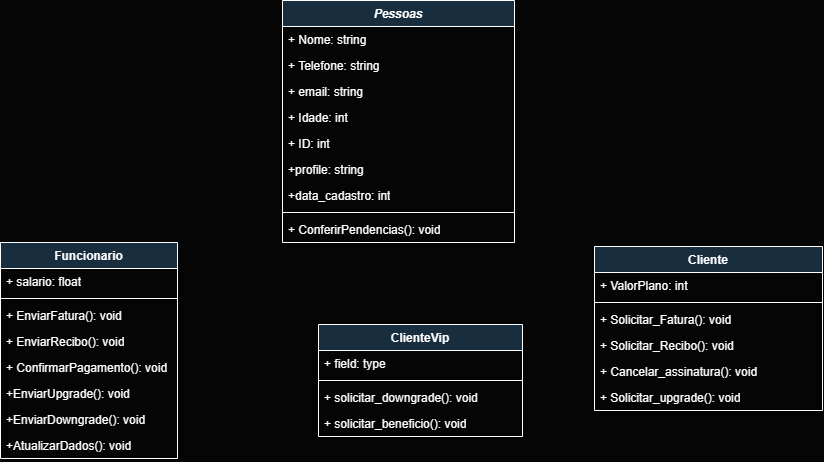
Before: UML/ProjetoFinalUML.png, a diagram exported from draw.io (Joaobcamargos/POO-ProjetoFinal). Source tidied: cells renumbered, new cells last; positions are measured from the earlier drawing's top-left corner, leaving out a move shared by most shapes.
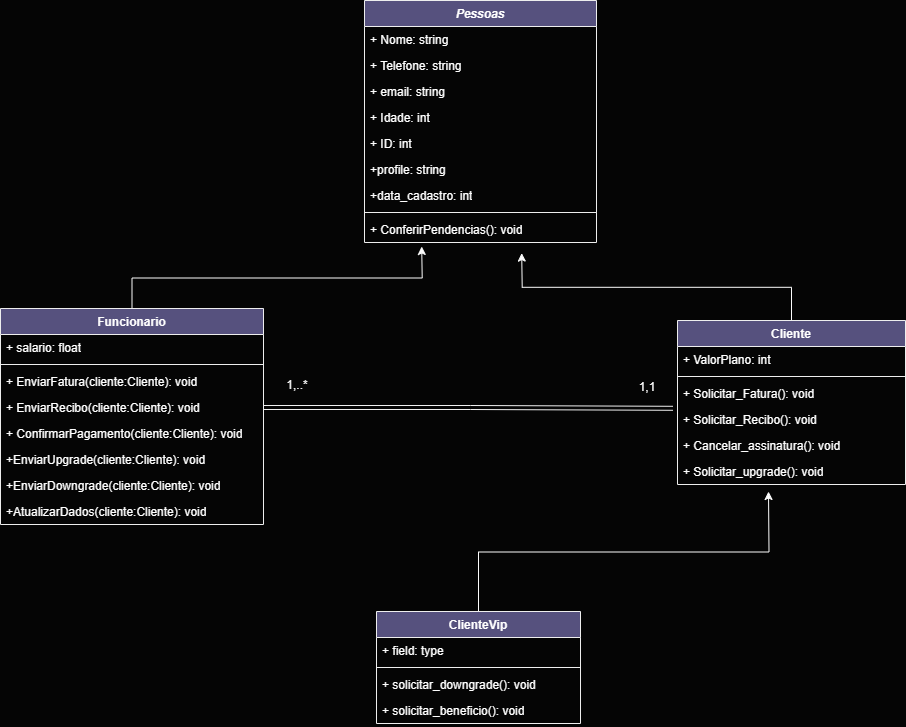
The same file after the commit.

The edit, as a diff of the source:
```diff
@@ -2,98 +2,126 @@
   <root>
     <mxCell id="0" />
     <mxCell id="1" parent="0" />
-    <mxCell id="2" value="&lt;i&gt;Pessoas&lt;/i&gt;" style="swimlane;fontStyle=1;align=center;verticalAlign=top;horizontal=1;startSize=26;whiteSpace=wrap;html=1;strokeColor=#FFFFFF;fontColor=#FFFFFF;fillColor=#182E3E;" parent="1" vertex="1">
+    <mxCell id="2" value="&lt;i&gt;Pessoas&lt;/i&gt;" style="swimlane;fontStyle=1;align=center;verticalAlign=top;horizontal=1;startSize=26;whiteSpace=wrap;html=1;strokeColor=#EEEEEE;fontColor=#FFFFFF;fillColor=#56517E;labelBackgroundColor=none;" parent="1" vertex="1">
       <mxGeometry x="282" width="232" height="242" as="geometry" />
     </mxCell>
-    <mxCell id="3" value="+ Nome: string" style="text;strokeColor=none;fillColor=none;align=left;verticalAlign=top;spacingLeft=4;spacingRight=4;overflow=hidden;whiteSpace=wrap;html=1;fontColor=#FFFFFF;" parent="2" vertex="1">
+    <mxCell id="3" value="+ Nome: string" style="text;strokeColor=none;fillColor=none;align=left;verticalAlign=top;spacingLeft=4;spacingRight=4;overflow=hidden;whiteSpace=wrap;html=1;fontColor=#FFFFFF;labelBackgroundColor=none;" parent="2" vertex="1">
       <mxGeometry y="26" width="232" height="26" as="geometry" />
     </mxCell>
-    <mxCell id="4" value="+ Telefone: string" style="text;strokeColor=none;fillColor=none;align=left;verticalAlign=top;spacingLeft=4;spacingRight=4;overflow=hidden;whiteSpace=wrap;html=1;fontColor=#FFFFFF;" parent="2" vertex="1">
+    <mxCell id="4" value="+ Telefone: string" style="text;strokeColor=none;fillColor=none;align=left;verticalAlign=top;spacingLeft=4;spacingRight=4;overflow=hidden;whiteSpace=wrap;html=1;fontColor=#FFFFFF;labelBackgroundColor=none;" parent="2" vertex="1">
       <mxGeometry y="52" width="232" height="26" as="geometry" />
     </mxCell>
-    <mxCell id="5" value="+ email: string" style="text;strokeColor=none;fillColor=none;align=left;verticalAlign=top;spacingLeft=4;spacingRight=4;overflow=hidden;whiteSpace=wrap;html=1;fontColor=#FFFFFF;" parent="2" vertex="1">
+    <mxCell id="5" value="+ email: string" style="text;strokeColor=none;fillColor=none;align=left;verticalAlign=top;spacingLeft=4;spacingRight=4;overflow=hidden;whiteSpace=wrap;html=1;fontColor=#FFFFFF;labelBackgroundColor=none;" parent="2" vertex="1">
       <mxGeometry y="78" width="232" height="26" as="geometry" />
     </mxCell>
-    <mxCell id="6" value="+ Idade: int" style="text;strokeColor=none;fillColor=none;align=left;verticalAlign=top;spacingLeft=4;spacingRight=4;overflow=hidden;whiteSpace=wrap;html=1;fontColor=#FFFFFF;" parent="2" vertex="1">
+    <mxCell id="6" value="+ Idade: int" style="text;strokeColor=none;fillColor=none;align=left;verticalAlign=top;spacingLeft=4;spacingRight=4;overflow=hidden;whiteSpace=wrap;html=1;fontColor=#FFFFFF;labelBackgroundColor=none;" parent="2" vertex="1">
       <mxGeometry y="104" width="232" height="26" as="geometry" />
     </mxCell>
-    <mxCell id="7" value="+ ID: int" style="text;strokeColor=none;fillColor=none;align=left;verticalAlign=top;spacingLeft=4;spacingRight=4;overflow=hidden;whiteSpace=wrap;html=1;fontColor=#FFFFFF;" parent="2" vertex="1">
+    <mxCell id="7" value="+ ID: int" style="text;strokeColor=none;fillColor=none;align=left;verticalAlign=top;spacingLeft=4;spacingRight=4;overflow=hidden;whiteSpace=wrap;html=1;fontColor=#FFFFFF;labelBackgroundColor=none;" parent="2" vertex="1">
       <mxGeometry y="130" width="232" height="26" as="geometry" />
     </mxCell>
-    <mxCell id="8" value="+profile: string" style="text;strokeColor=none;fillColor=none;align=left;verticalAlign=top;spacingLeft=4;spacingRight=4;overflow=hidden;whiteSpace=wrap;html=1;fontColor=#FFFFFF;" parent="2" vertex="1">
+    <mxCell id="8" value="+profile: string" style="text;strokeColor=none;fillColor=none;align=left;verticalAlign=top;spacingLeft=4;spacingRight=4;overflow=hidden;whiteSpace=wrap;html=1;fontColor=#FFFFFF;labelBackgroundColor=none;" parent="2" vertex="1">
       <mxGeometry y="156" width="232" height="26" as="geometry" />
     </mxCell>
-    <mxCell id="9" value="+data_cadastro: int" style="text;strokeColor=none;fillColor=none;align=left;verticalAlign=top;spacingLeft=4;spacingRight=4;overflow=hidden;whiteSpace=wrap;html=1;fontColor=#FFFFFF;" parent="2" vertex="1">
+    <mxCell id="9" value="+data_cadastro: int" style="text;strokeColor=none;fillColor=none;align=left;verticalAlign=top;spacingLeft=4;spacingRight=4;overflow=hidden;whiteSpace=wrap;html=1;fontColor=#FFFFFF;labelBackgroundColor=none;" parent="2" vertex="1">
       <mxGeometry y="182" width="232" height="26" as="geometry" />
     </mxCell>
-    <mxCell id="10" style="line;strokeWidth=1;fillColor=none;align=left;verticalAlign=middle;spacingTop=-1;spacingLeft=3;spacingRight=3;labelPosition=right;strokeColor=inherit;fontColor=#FFFFFF;" parent="2" vertex="1">
+    <mxCell id="10" style="line;strokeWidth=1;fillColor=none;align=left;verticalAlign=middle;spacingTop=-1;spacingLeft=3;spacingRight=3;labelPosition=right;strokeColor=#EEEEEE;fontColor=#FFFFFF;labelBackgroundColor=none;" parent="2" vertex="1">
       <mxGeometry y="208" width="232" height="8" as="geometry" />
     </mxCell>
-    <mxCell id="11" value="+ ConferirPendencias(): void" style="text;strokeColor=none;fillColor=none;align=left;verticalAlign=top;spacingLeft=4;spacingRight=4;overflow=hidden;whiteSpace=wrap;html=1;fontColor=#FFFFFF;" parent="2" vertex="1">
+    <mxCell id="11" value="+ ConferirPendencias(): void" style="text;strokeColor=none;fillColor=none;align=left;verticalAlign=top;spacingLeft=4;spacingRight=4;overflow=hidden;whiteSpace=wrap;html=1;fontColor=#FFFFFF;labelBackgroundColor=none;" parent="2" vertex="1">
       <mxGeometry y="216" width="232" height="26" as="geometry" />
     </mxCell>
+    <mxCell id="33" style="edgeStyle=orthogonalEdgeStyle;rounded=0;jettySize=auto;html=1;exitX=0.5;exitY=0;exitDx=0;exitDy=0;strokeColor=#FCFCFC;" parent="1" edge="1" source="12">
+      <mxGeometry relative="1" as="geometry">
+        <mxPoint x="439.2" y="252.6" as="targetPoint" />
+      </mxGeometry>
+    </mxCell>
-    <mxCell id="12" value="Cliente" style="swimlane;fontStyle=1;align=center;verticalAlign=top;horizontal=1;startSize=26;whiteSpace=wrap;html=1;strokeColor=#FFFFFF;fontColor=#FFFFFF;fillColor=#182E3E;" parent="1" vertex="1">
-      <mxGeometry x="594" y="246" width="228" height="164" as="geometry" />
+    <mxCell id="12" value="Cliente" style="swimlane;fontStyle=1;align=center;verticalAlign=top;horizontal=1;startSize=26;whiteSpace=wrap;html=1;strokeColor=#EEEEEE;fontColor=#FFFFFF;fillColor=#56517E;labelBackgroundColor=none;" parent="1" vertex="1">
+      <mxGeometry x="595" y="320" width="228" height="164" as="geometry" />
     </mxCell>
-    <mxCell id="13" value="+ ValorPlano: int" style="text;strokeColor=none;fillColor=none;align=left;verticalAlign=top;spacingLeft=4;spacingRight=4;overflow=hidden;whiteSpace=wrap;html=1;fontColor=#FFFFFF;" parent="12" vertex="1">
+    <mxCell id="13" value="+ ValorPlano: int" style="text;strokeColor=none;fillColor=none;align=left;verticalAlign=top;spacingLeft=4;spacingRight=4;overflow=hidden;whiteSpace=wrap;html=1;fontColor=#FFFFFF;labelBackgroundColor=none;" parent="12" vertex="1">
       <mxGeometry y="26" width="228" height="26" as="geometry" />
     </mxCell>
-    <mxCell id="14" style="line;strokeWidth=1;fillColor=none;align=left;verticalAlign=middle;spacingTop=-1;spacingLeft=3;spacingRight=3;labelPosition=right;strokeColor=inherit;fontColor=#FFFFFF;" parent="12" vertex="1">
+    <mxCell id="14" style="line;strokeWidth=1;fillColor=none;align=left;verticalAlign=middle;spacingTop=-1;spacingLeft=3;spacingRight=3;labelPosition=right;strokeColor=#EEEEEE;fontColor=#FFFFFF;labelBackgroundColor=none;" parent="12" vertex="1">
       <mxGeometry y="52" width="228" height="8" as="geometry" />
     </mxCell>
-    <mxCell id="15" value="+ Solicitar_Fatura(): void" style="text;strokeColor=none;fillColor=none;align=left;verticalAlign=top;spacingLeft=4;spacingRight=4;overflow=hidden;whiteSpace=wrap;html=1;fontColor=#FFFFFF;" parent="12" vertex="1">
+    <mxCell id="15" value="+ Solicitar_Fatura(): void" style="text;strokeColor=none;fillColor=none;align=left;verticalAlign=top;spacingLeft=4;spacingRight=4;overflow=hidden;whiteSpace=wrap;html=1;fontColor=#FFFFFF;labelBackgroundColor=none;" parent="12" vertex="1">
       <mxGeometry y="60" width="228" height="26" as="geometry" />
     </mxCell>
-    <mxCell id="16" value="+ Solicitar_Recibo(): void" style="text;strokeColor=none;fillColor=none;align=left;verticalAlign=top;spacingLeft=4;spacingRight=4;overflow=hidden;points=[[0,0.5],[1,0.5]];portConstraint=eastwest;whiteSpace=wrap;html=1;fontColor=#FFFFFF;" parent="12" vertex="1">
+    <mxCell id="16" value="+ Solicitar_Recibo(): void" style="text;strokeColor=none;fillColor=none;align=left;verticalAlign=top;spacingLeft=4;spacingRight=4;overflow=hidden;points=[[0,0.5],[1,0.5]];portConstraint=eastwest;whiteSpace=wrap;html=1;fontColor=#FFFFFF;labelBackgroundColor=none;" parent="12" vertex="1">
       <mxGeometry y="86" width="228" height="26" as="geometry" />
     </mxCell>
-    <mxCell id="17" value="+ Cancelar_assinatura(): void" style="text;strokeColor=none;fillColor=none;align=left;verticalAlign=top;spacingLeft=4;spacingRight=4;overflow=hidden;whiteSpace=wrap;html=1;fontColor=#FFFFFF;" parent="12" vertex="1">
+    <mxCell id="17" value="+ Cancelar_assinatura(): void" style="text;strokeColor=none;fillColor=none;align=left;verticalAlign=top;spacingLeft=4;spacingRight=4;overflow=hidden;whiteSpace=wrap;html=1;fontColor=#FFFFFF;labelBackgroundColor=none;" parent="12" vertex="1">
       <mxGeometry y="112" width="228" height="26" as="geometry" />
     </mxCell>
-    <mxCell id="18" value="+ Solicitar_upgrade(): void" style="text;strokeColor=none;fillColor=none;align=left;verticalAlign=top;spacingLeft=4;spacingRight=4;overflow=hidden;whiteSpace=wrap;html=1;fontColor=#FFFFFF;" parent="12" vertex="1">
+    <mxCell id="18" value="+ Solicitar_upgrade(): void" style="text;strokeColor=none;fillColor=none;align=left;verticalAlign=top;spacingLeft=4;spacingRight=4;overflow=hidden;whiteSpace=wrap;html=1;fontColor=#FFFFFF;labelBackgroundColor=none;" parent="12" vertex="1">
       <mxGeometry y="138" width="228" height="26" as="geometry" />
     </mxCell>
+    <mxCell id="34" style="edgeStyle=orthogonalEdgeStyle;rounded=0;jettySize=auto;html=1;exitX=0.5;exitY=0;exitDx=0;exitDy=0;strokeColor=#FCFCFC;" parent="1" edge="1" source="19">
+      <mxGeometry relative="1" as="geometry">
+        <mxPoint x="339.2" y="246" as="targetPoint" />
+      </mxGeometry>
+    </mxCell>
-    <mxCell id="19" value="Funcionario&lt;div&gt;&lt;br&gt;&lt;/div&gt;" style="swimlane;fontStyle=1;align=center;verticalAlign=top;horizontal=1;startSize=26;whiteSpace=wrap;html=1;strokeColor=#FFFFFF;fontColor=#FFFFFF;fillColor=#182E3E;" parent="1" vertex="1">
-      <mxGeometry y="242" width="177" height="216" as="geometry" />
+    <mxCell id="19" value="Funcionario&lt;div&gt;&lt;br&gt;&lt;/div&gt;" style="swimlane;fontStyle=1;align=center;verticalAlign=top;horizontal=1;startSize=26;whiteSpace=wrap;html=1;strokeColor=#EEEEEE;fontColor=#FFFFFF;fillColor=#56517E;labelBackgroundColor=none;" parent="1" vertex="1">
+      <mxGeometry x="-82" y="308" width="263" height="216" as="geometry" />
     </mxCell>
-    <mxCell id="20" value="+ salario: float" style="text;strokeColor=none;fillColor=none;align=left;verticalAlign=top;spacingLeft=4;spacingRight=4;overflow=hidden;whiteSpace=wrap;html=1;fontColor=#FFFFFF;" parent="19" vertex="1">
-      <mxGeometry y="26" width="177" height="26" as="geometry" />
+    <mxCell id="20" value="+ salario: float" style="text;strokeColor=none;fillColor=none;align=left;verticalAlign=top;spacingLeft=4;spacingRight=4;overflow=hidden;whiteSpace=wrap;html=1;fontColor=#FFFFFF;labelBackgroundColor=none;" parent="19" vertex="1">
+      <mxGeometry y="26" width="263" height="26" as="geometry" />
     </mxCell>
-    <mxCell id="21" style="line;strokeWidth=1;fillColor=none;align=left;verticalAlign=middle;spacingTop=-1;spacingLeft=3;spacingRight=3;labelPosition=right;strokeColor=inherit;fontColor=#FFFFFF;" parent="19" vertex="1">
-      <mxGeometry y="52" width="177" height="8" as="geometry" />
+    <mxCell id="21" style="line;strokeWidth=1;fillColor=none;align=left;verticalAlign=middle;spacingTop=-1;spacingLeft=3;spacingRight=3;labelPosition=right;strokeColor=#EEEEEE;fontColor=#FFFFFF;labelBackgroundColor=none;" parent="19" vertex="1">
+      <mxGeometry y="52" width="263" height="8" as="geometry" />
     </mxCell>
-    <mxCell id="22" value="+ EnviarFatura(): void" style="text;strokeColor=none;fillColor=none;align=left;verticalAlign=top;spacingLeft=4;spacingRight=4;overflow=hidden;whiteSpace=wrap;html=1;fontColor=#FFFFFF;" parent="19" vertex="1">
-      <mxGeometry y="60" width="177" height="26" as="geometry" />
+    <mxCell id="22" value="+ EnviarFatura(cliente:Cliente): void" style="text;strokeColor=none;fillColor=none;align=left;verticalAlign=top;spacingLeft=4;spacingRight=4;overflow=hidden;whiteSpace=wrap;html=1;fontColor=#FFFFFF;labelBackgroundColor=none;" parent="19" vertex="1">
+      <mxGeometry y="60" width="263" height="26" as="geometry" />
     </mxCell>
-    <mxCell id="23" value="+ EnviarRecibo(): void" style="text;strokeColor=none;fillColor=none;align=left;verticalAlign=top;spacingLeft=4;spacingRight=4;overflow=hidden;points=[[0,0.5],[1,0.5]];portConstraint=eastwest;whiteSpace=wrap;html=1;fontColor=#FFFFFF;" parent="19" vertex="1">
-      <mxGeometry y="86" width="177" height="26" as="geometry" />
+    <mxCell id="23" value="+ EnviarRecibo(cliente:Cliente): void" style="text;strokeColor=none;fillColor=none;align=left;verticalAlign=top;spacingLeft=4;spacingRight=4;overflow=hidden;points=[[0,0.5],[1,0.5]];portConstraint=eastwest;whiteSpace=wrap;html=1;fontColor=#FFFFFF;labelBackgroundColor=none;" parent="19" vertex="1">
+      <mxGeometry y="86" width="263" height="26" as="geometry" />
     </mxCell>
-    <mxCell id="24" value="+ ConfirmarPagamento(): void" style="text;strokeColor=none;fillColor=none;align=left;verticalAlign=top;spacingLeft=4;spacingRight=4;overflow=hidden;whiteSpace=wrap;html=1;fontColor=#FFFFFF;" parent="19" vertex="1">
-      <mxGeometry y="112" width="177" height="26" as="geometry" />
+    <mxCell id="24" value="+ ConfirmarPagamento(cliente:Cliente): void" style="text;strokeColor=none;fillColor=none;align=left;verticalAlign=top;spacingLeft=4;spacingRight=4;overflow=hidden;whiteSpace=wrap;html=1;fontColor=#FFFFFF;labelBackgroundColor=none;" parent="19" vertex="1">
+      <mxGeometry y="112" width="263" height="26" as="geometry" />
     </mxCell>
-    <mxCell id="25" value="+EnviarUpgrade(): void" style="text;strokeColor=none;fillColor=none;align=left;verticalAlign=top;spacingLeft=4;spacingRight=4;overflow=hidden;whiteSpace=wrap;html=1;fontColor=#FFFFFF;" parent="19" vertex="1">
-      <mxGeometry y="138" width="177" height="26" as="geometry" />
+    <mxCell id="25" value="+EnviarUpgrade(cliente:Cliente): void" style="text;strokeColor=none;fillColor=none;align=left;verticalAlign=top;spacingLeft=4;spacingRight=4;overflow=hidden;whiteSpace=wrap;html=1;fontColor=#FFFFFF;labelBackgroundColor=none;" parent="19" vertex="1">
+      <mxGeometry y="138" width="263" height="26" as="geometry" />
     </mxCell>
-    <mxCell id="26" value="+EnviarDowngrade(): void" style="text;strokeColor=none;fillColor=none;align=left;verticalAlign=top;spacingLeft=4;spacingRight=4;overflow=hidden;whiteSpace=wrap;html=1;fontColor=#FFFFFF;" parent="19" vertex="1">
-      <mxGeometry y="164" width="177" height="26" as="geometry" />
+    <mxCell id="26" value="+EnviarDowngrade(cliente:Cliente): void" style="text;strokeColor=none;fillColor=none;align=left;verticalAlign=top;spacingLeft=4;spacingRight=4;overflow=hidden;whiteSpace=wrap;html=1;fontColor=#FFFFFF;labelBackgroundColor=none;" parent="19" vertex="1">
+      <mxGeometry y="164" width="263" height="26" as="geometry" />
     </mxCell>
-    <mxCell id="27" value="+AtualizarDados(): void" style="text;strokeColor=none;fillColor=none;align=left;verticalAlign=top;spacingLeft=4;spacingRight=4;overflow=hidden;whiteSpace=wrap;html=1;fontColor=#FFFFFF;" parent="19" vertex="1">
-      <mxGeometry y="190" width="177" height="26" as="geometry" />
+    <mxCell id="27" value="+AtualizarDados(cliente:Cliente): void" style="text;strokeColor=none;fillColor=none;align=left;verticalAlign=top;spacingLeft=4;spacingRight=4;overflow=hidden;whiteSpace=wrap;html=1;fontColor=#FFFFFF;labelBackgroundColor=none;" parent="19" vertex="1">
+      <mxGeometry y="190" width="263" height="26" as="geometry" />
     </mxCell>
+    <mxCell id="35" style="edgeStyle=orthogonalEdgeStyle;rounded=0;jettySize=auto;html=1;exitX=0.5;exitY=0;exitDx=0;exitDy=0;strokeColor=#FCFCFC;" parent="1" edge="1" source="28">
+      <mxGeometry relative="1" as="geometry">
+        <mxPoint x="686" y="491" as="targetPoint" />
+      </mxGeometry>
+    </mxCell>
-    <mxCell id="28" value="ClienteVip" style="swimlane;fontStyle=1;align=center;verticalAlign=top;horizontal=1;startSize=26;whiteSpace=wrap;html=1;strokeColor=#FFFFFF;fontColor=#FFFFFF;fillColor=#182E3E;" parent="1" vertex="1">
-      <mxGeometry x="318" y="324" width="204" height="112" as="geometry" />
+    <mxCell id="28" value="ClienteVip" style="swimlane;fontStyle=1;align=center;verticalAlign=top;horizontal=1;startSize=26;whiteSpace=wrap;html=1;strokeColor=#EEEEEE;fontColor=#FFFFFF;fillColor=#56517E;labelBackgroundColor=none;" parent="1" vertex="1">
+      <mxGeometry x="294" y="611" width="204" height="112" as="geometry" />
     </mxCell>
-    <mxCell id="29" value="+ field: type" style="text;strokeColor=none;fillColor=none;align=left;verticalAlign=top;spacingLeft=4;spacingRight=4;overflow=hidden;whiteSpace=wrap;html=1;fontColor=#FFFFFF;" parent="28" vertex="1">
+    <mxCell id="29" value="+ field: type" style="text;strokeColor=none;fillColor=none;align=left;verticalAlign=top;spacingLeft=4;spacingRight=4;overflow=hidden;whiteSpace=wrap;html=1;fontColor=#FFFFFF;labelBackgroundColor=none;" parent="28" vertex="1">
       <mxGeometry y="26" width="204" height="26" as="geometry" />
     </mxCell>
-    <mxCell id="30" style="line;strokeWidth=1;fillColor=none;align=left;verticalAlign=middle;spacingTop=-1;spacingLeft=3;spacingRight=3;labelPosition=right;strokeColor=inherit;fontColor=#FFFFFF;" parent="28" vertex="1">
+    <mxCell id="30" style="line;strokeWidth=1;fillColor=none;align=left;verticalAlign=middle;spacingTop=-1;spacingLeft=3;spacingRight=3;labelPosition=right;strokeColor=#EEEEEE;fontColor=#FFFFFF;labelBackgroundColor=none;" parent="28" vertex="1">
       <mxGeometry y="52" width="204" height="8" as="geometry" />
     </mxCell>
-    <mxCell id="31" value="+ solicitar_downgrade(): void" style="text;strokeColor=none;fillColor=none;align=left;verticalAlign=top;spacingLeft=4;spacingRight=4;overflow=hidden;whiteSpace=wrap;html=1;fontColor=#FFFFFF;" parent="28" vertex="1">
+    <mxCell id="31" value="+ solicitar_downgrade(): void" style="text;strokeColor=none;fillColor=none;align=left;verticalAlign=top;spacingLeft=4;spacingRight=4;overflow=hidden;whiteSpace=wrap;html=1;fontColor=#FFFFFF;labelBackgroundColor=none;" parent="28" vertex="1">
       <mxGeometry y="60" width="204" height="26" as="geometry" />
     </mxCell>
-    <mxCell id="32" value="+ solicitar_beneficio(): void" style="text;strokeColor=none;fillColor=none;align=left;verticalAlign=top;spacingLeft=4;spacingRight=4;overflow=hidden;whiteSpace=wrap;html=1;fontColor=#FFFFFF;" parent="28" vertex="1">
+    <mxCell id="32" value="+ solicitar_beneficio(): void" style="text;strokeColor=none;fillColor=none;align=left;verticalAlign=top;spacingLeft=4;spacingRight=4;overflow=hidden;whiteSpace=wrap;html=1;fontColor=#FFFFFF;labelBackgroundColor=none;" parent="28" vertex="1">
       <mxGeometry y="86" width="204" height="26" as="geometry" />
     </mxCell>
+    <mxCell id="36" value="1,1" style="text;html=1;align=center;verticalAlign=middle;whiteSpace=wrap;rounded=0;fontColor=#FFFFFF;" parent="1" vertex="1">
+      <mxGeometry x="535" y="372" width="60" height="30" as="geometry" />
+    </mxCell>
+    <mxCell id="37" value="1,..*" style="text;html=1;align=center;verticalAlign=middle;whiteSpace=wrap;rounded=0;fontColor=#FFFFFF;" parent="1" vertex="1">
+      <mxGeometry x="185" y="370" width="60" height="30" as="geometry" />
+    </mxCell>
+    <mxCell id="38" style="edgeStyle=orthogonalEdgeStyle;rounded=0;jettySize=auto;html=1;exitX=1;exitY=0.5;exitDx=0;exitDy=0;strokeColor=#F0F0F0;shape=link;entryX=-0.02;entryY=0.069;entryDx=0;entryDy=0;entryPerimeter=0;" parent="1" edge="1" source="23" target="16">
+      <mxGeometry relative="1" as="geometry">
+        <Array as="points">
+          <mxPoint x="388" y="407" />
+        </Array>
+      </mxGeometry>
+    </mxCell>
   </root>
 </mxGraphModel>
```
